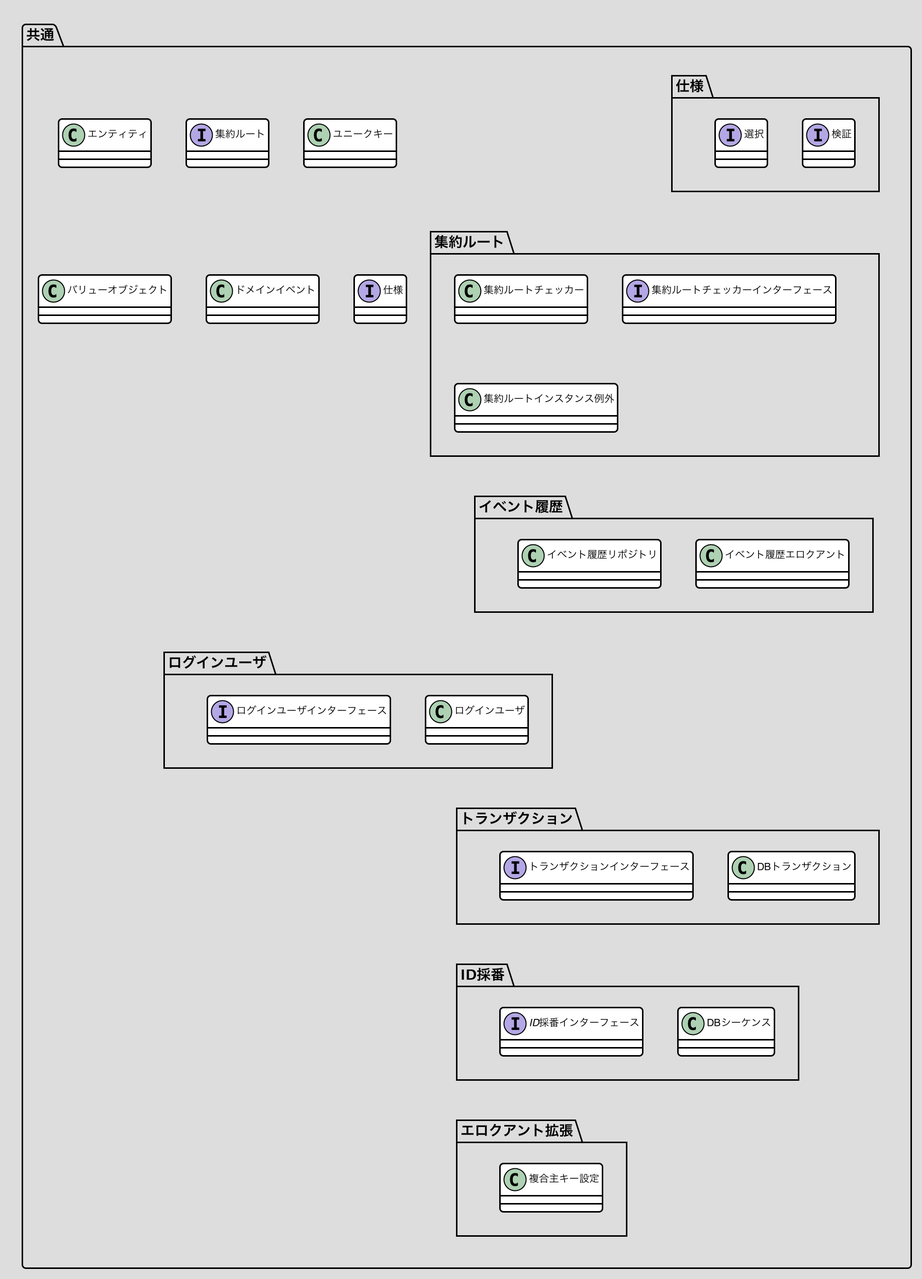
Before: docs/画像/共通.png, a diagram exported from PlantUML (nomura-kainos/japanese-ddd-sample).
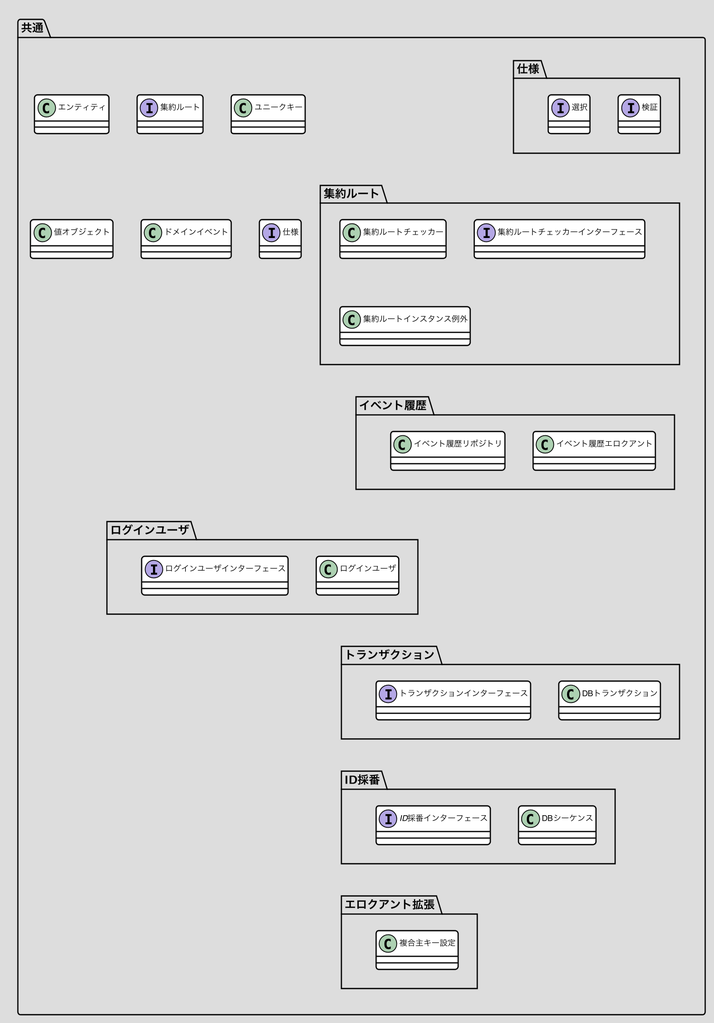
The same file after the commit.

What changed in the source:
```diff
@@ -61,7 +61,7 @@
   class エンティティ
   interface 集約ルート
   class ユニークキー
-  class バリューオブジェクト
+  class 値オブジェクト
   class ドメインイベント
   interface 仕様
   package 仕様 as _仕様 {
```
